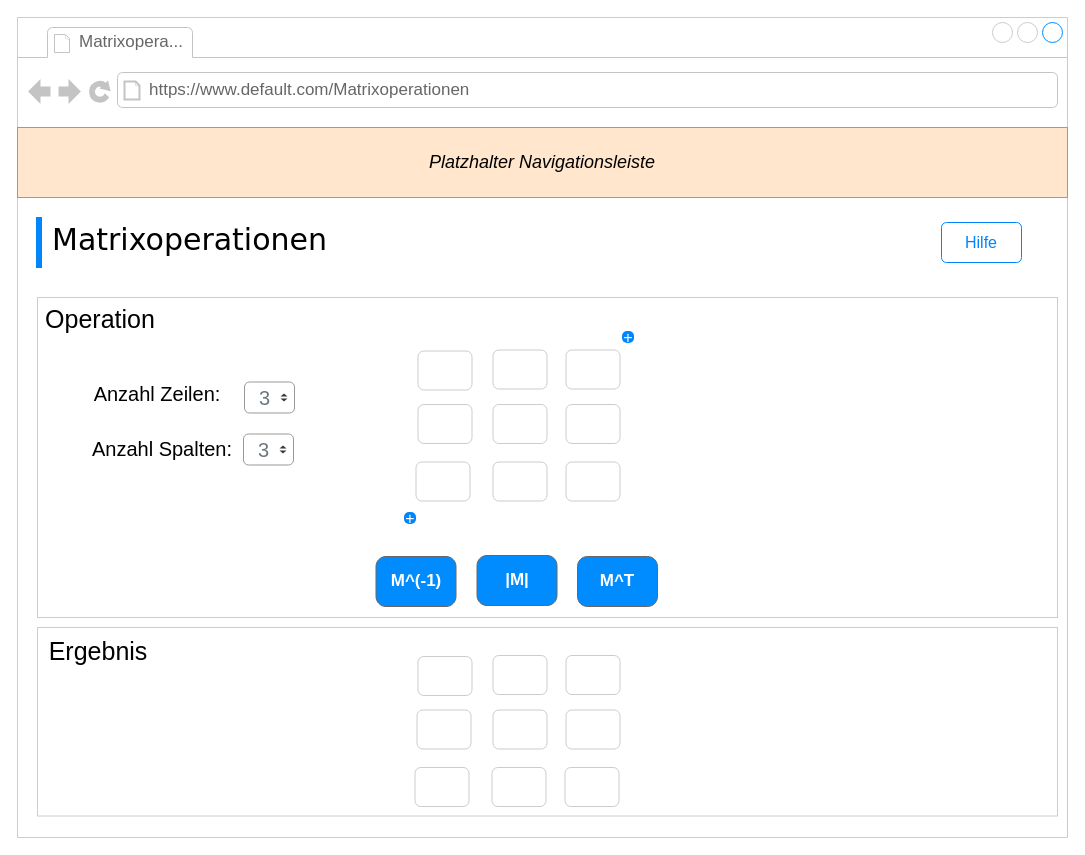
finitearth/Gaussian-Elimination-GUI keeps this draw.io diagram as mockup/mockup_matrixoperationen.drawio. Above is the earlier version. Source tidied: cells renumbered, new cells numbered last; positions are measured from the earlier drawing's top-left corner, leaving out a move shared by most shapes. Both pictures are drawn from the tidied source at 100%, with x=0, y=0 at pixel (17, 17).
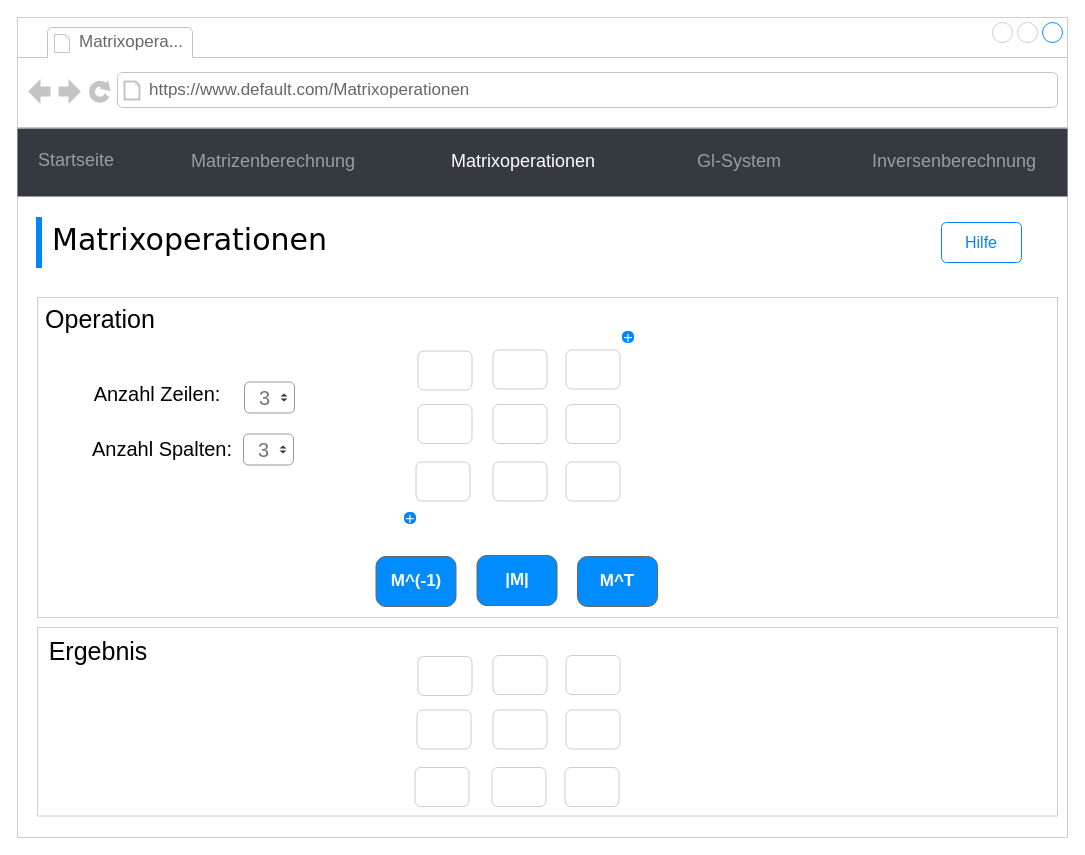
The same diagram, later.

What changed in the source:
```diff
@@
-    <mxCell id="38" value="&lt;font style=&quot;font-size: 18px;&quot;&gt;&lt;i&gt;Platzhalter Navigationsleiste&lt;/i&gt;&lt;/font&gt;" style="rounded=0;whiteSpace=wrap;html=1;fillColor=#ffe6cc;strokeColor=#d79b00;" parent="1" vertex="1">
-      <mxGeometry y="110" width="1050" height="70" as="geometry" />
-    </mxCell>
@@
+    <mxCell id="44" style="html=1;shadow=0;dashed=0;fillColor=#343A40;strokeColor=none;fontSize=18;fontColor=#ffffff;align=left;spacing=15;" parent="1" vertex="1">
+      <mxGeometry y="111" width="1050" height="68" as="geometry" />
+    </mxCell>
+    <mxCell id="45" value="Startseite" style="fillColor=none;strokeColor=none;fontSize=18;fontColor=#9A9DA0;align=center;" parent="44" vertex="1">
+      <mxGeometry width="70" height="40" relative="1" as="geometry">
+        <mxPoint x="24" y="10" as="offset" />
+      </mxGeometry>
+    </mxCell>
+    <mxCell id="46" value="Matrizenberechnung" style="fillColor=none;strokeColor=none;fontSize=18;fontColor=#9A9DA0;align=center;" parent="44" vertex="1">
+      <mxGeometry width="70" height="40" relative="1" as="geometry">
+        <mxPoint x="221" y="11" as="offset" />
+      </mxGeometry>
+    </mxCell>
+    <mxCell id="47" value="Matrixoperationen" style="fillColor=none;strokeColor=none;fontSize=18;fontColor=#FFFFFF;align=center;spacingRight=0;" parent="44" vertex="1">
+      <mxGeometry width="80" height="40" relative="1" as="geometry">
+        <mxPoint x="466" y="11" as="offset" />
+      </mxGeometry>
+    </mxCell>
+    <mxCell id="48" value="Gl-System" style="fillColor=none;strokeColor=none;fontSize=18;fontColor=#9A9DA0;align=center;" parent="44" vertex="1">
+      <mxGeometry width="80" height="40" relative="1" as="geometry">
+        <mxPoint x="682" y="11" as="offset" />
+      </mxGeometry>
+    </mxCell>
+    <mxCell id="49" value="Inversenberechnung" style="fillColor=none;strokeColor=none;fontSize=18;fontColor=#9A9DA0;align=center;" parent="44" vertex="1">
+      <mxGeometry x="897" y="11" width="80" height="40" as="geometry" />
+    </mxCell>
```
